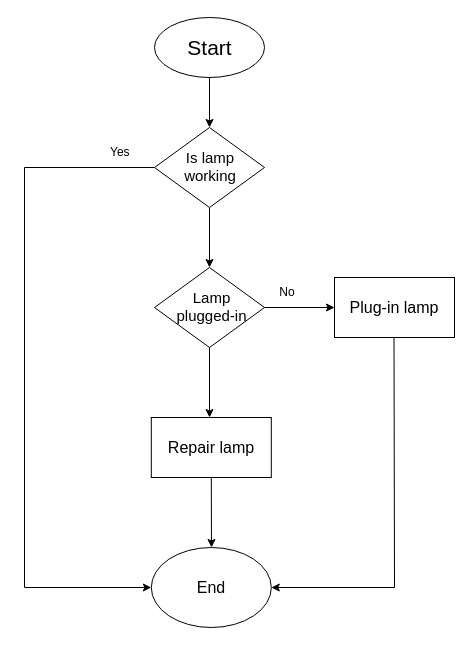
This is Flowchart.drawio from Barkamol0422/lesson27, a draw.io file, before an edit. Source tidied: cells renumbered, new cells numbered last; positions are measured from the earlier drawing's top-left corner, leaving out a move shared by most shapes. Both pictures are drawn from the tidied source at 100%, with x=0, y=0 at pixel (24, 17).
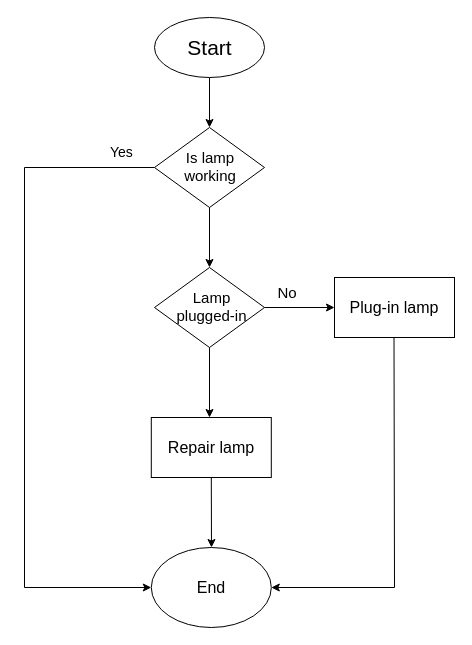
Above is the later version.

Diff of the diagram source:
```diff
@@
-    <mxCell id="8" value="Yes" style="text;strokeColor=none;fillColor=none;align=left;verticalAlign=middle;spacingLeft=4;spacingRight=4;overflow=hidden;whiteSpace=wrap;html=1;" parent="1" vertex="1">
+    <mxCell id="8" value="&lt;font style=&quot;font-size: 14px;&quot;&gt;Yes&lt;/font&gt;" style="text;strokeColor=none;fillColor=none;align=left;verticalAlign=middle;spacingLeft=4;spacingRight=4;overflow=hidden;whiteSpace=wrap;html=1;" parent="1" vertex="1">
       <mxGeometry x="80" y="120" width="80" height="30" as="geometry" />
     </mxCell>
@@
-    <mxCell id="14" value="No" style="text;html=1;align=center;verticalAlign=middle;whiteSpace=wrap;rounded=0;" parent="1" vertex="1">
+    <mxCell id="14" value="&lt;font style=&quot;font-size: 15px;&quot;&gt;No&lt;/font&gt;" style="text;html=1;align=center;verticalAlign=middle;whiteSpace=wrap;rounded=0;" parent="1" vertex="1">
       <mxGeometry x="233" y="260" width="60" height="30" as="geometry" />
     </mxCell>
```
